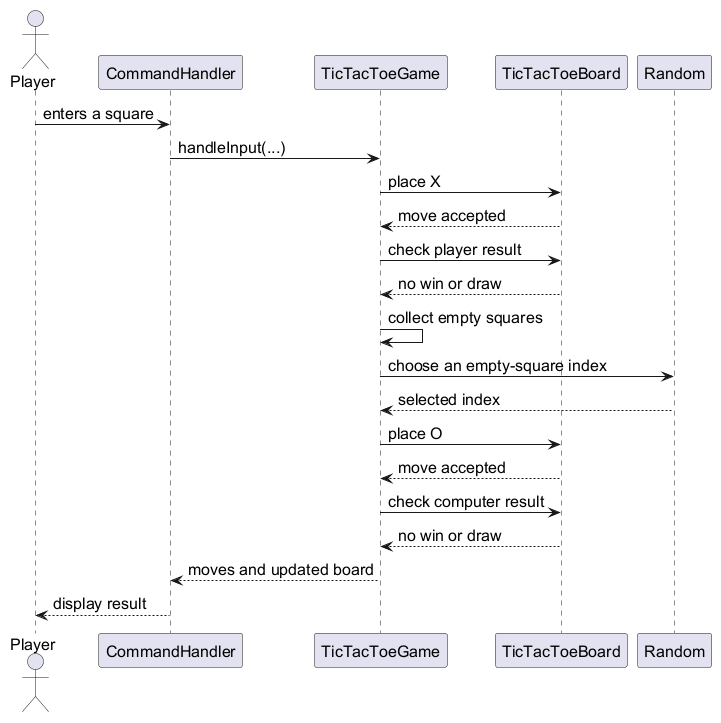
AY2627S1-CS2113-W12-3/tp keeps this PlantUML diagram as docs/diagrams/tictactoe-turn-sequence.png. Above is the earlier version.
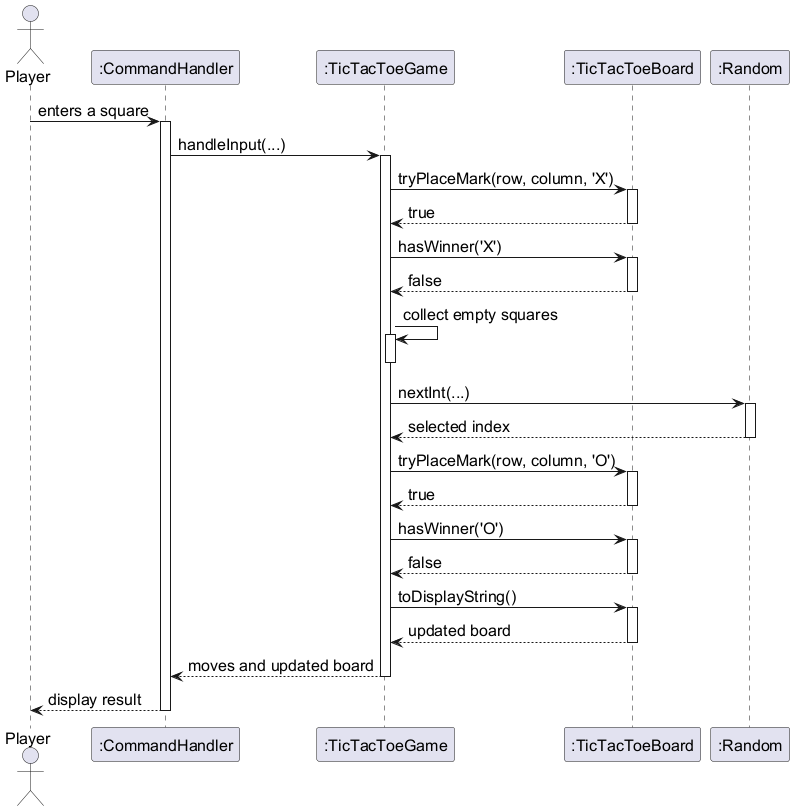
Later version of the same file.

What changed in the source:
```diff
@@ -1,24 +1,55 @@
 @startuml
-skinparam defaultFontSize 16
+!include style.iuml
+
 actor Player
-participant CommandHandler as Handler
-participant TicTacToeGame as Game
-participant TicTacToeBoard as Board
-participant Random
+participant ":CommandHandler" as Handler
+participant ":TicTacToeGame" as Game
+participant ":TicTacToeBoard" as Board
+participant ":Random" as Random
 
-Player -> Handler: enters a square
-Handler -> Game: handleInput(...)
-Game -> Board: place X
-Board --> Game: move accepted
-Game -> Board: check player result
-Board --> Game: no win or draw
-Game -> Game: collect empty squares
-Game -> Random: choose an empty-square index
-Random --> Game: selected index
-Game -> Board: place O
-Board --> Game: move accepted
-Game -> Board: check computer result
-Board --> Game: no win or draw
-Game --> Handler: moves and updated board
-Handler --> Player: display result
+Player -> Handler : enters a square
+activate Handler
+
+Handler -> Game : handleInput(...)
+activate Game
+
+Game -> Board : tryPlaceMark(row, column, 'X')
+activate Board
+Board --> Game : true
+deactivate Board
+
+Game -> Board : hasWinner('X')
+activate Board
+Board --> Game : false
+deactivate Board
+
+Game -> Game : collect empty squares
+activate Game
+deactivate Game
+
+Game -> Random : nextInt(...)
+activate Random
+Random --> Game : selected index
+deactivate Random
+
+Game -> Board : tryPlaceMark(row, column, 'O')
+activate Board
+Board --> Game : true
+deactivate Board
+
+Game -> Board : hasWinner('O')
+activate Board
+Board --> Game : false
+deactivate Board
+
+Game -> Board : toDisplayString()
+activate Board
+Board --> Game : updated board
+deactivate Board
+
+Game --> Handler : moves and updated board
+deactivate Game
+
+Handler --> Player : display result
+deactivate Handler
 @enduml
```
